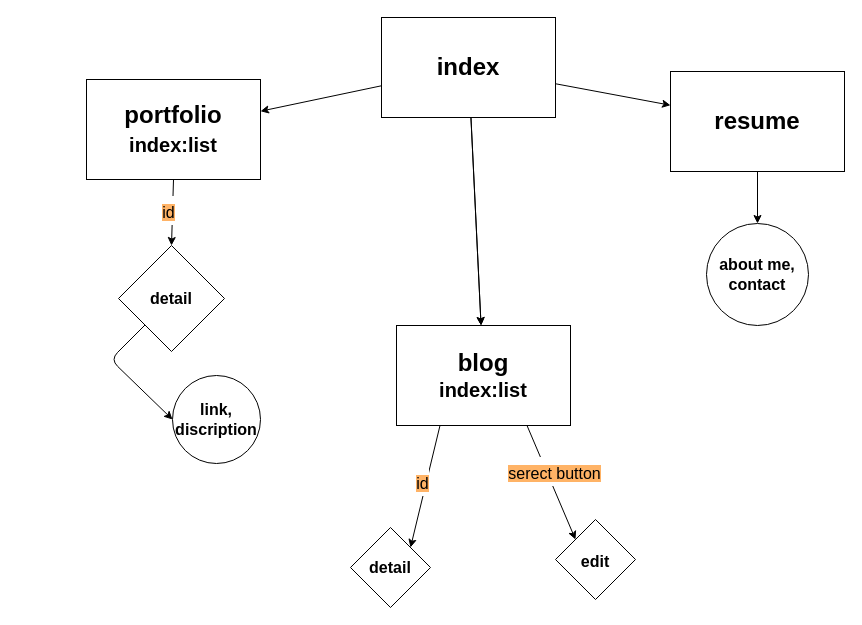
Above: flowchart.drawio in Woof29/myBlog (draw.io), before the change. Source tidied: cells renumbered, new cells numbered last; positions are measured from the earlier drawing's top-left corner, leaving out a move shared by most shapes. Both pictures are drawn from the tidied source at 100%, with x=0, y=0 at pixel (86, 17).
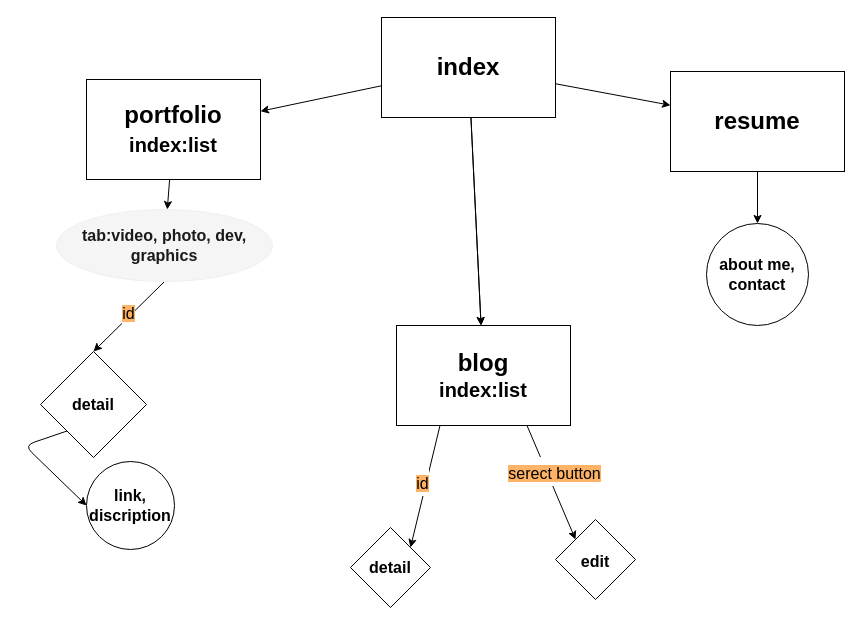
Above is the later version.

Unchanged cells that the change refers to:
```xml
<mxCell id="7" value="&lt;font style=&quot;font-size: 24px;&quot; color=&quot;#000000&quot;&gt;portfolio&lt;br&gt;&lt;/font&gt;&lt;span style=&quot;color: rgb(0, 0, 0); font-size: 20px;&quot;&gt;index:list&lt;/span&gt;&lt;font style=&quot;font-size: 24px;&quot; color=&quot;#000000&quot;&gt;&lt;br&gt;&lt;/font&gt;" style="whiteSpace=wrap;html=1;fillColor=#FFFFFF;fontStyle=1;" parent="1" vertex="1">
  <mxGeometry y="62" width="174" height="100" as="geometry" />
</mxCell>
```

What changed in the source:
```diff
@@
+    <mxCell id="20" style="edgeStyle=none;html=1;fontSize=16;fontColor=#1A1A1A;" parent="1" edge="1" source="7" target="21">
+      <mxGeometry relative="1" as="geometry" />
+    </mxCell>
@@
-    <mxCell id="8" value="&lt;font style=&quot;background-color: rgb(255, 179, 102); font-size: 16px;&quot;&gt;id&lt;/font&gt;" style="edgeStyle=none;html=1;fontSize=24;fontColor=#000000;exitX=0.5;exitY=1;exitDx=0;exitDy=0;entryX=0.5;entryY=0;entryDx=0;entryDy=0;" parent="1" edge="1" source="7" target="17">
+    <mxCell id="8" value="&lt;font style=&quot;background-color: rgb(255, 179, 102); font-size: 16px;&quot;&gt;id&lt;/font&gt;" style="edgeStyle=none;html=1;fontSize=24;fontColor=#000000;exitX=0.5;exitY=1;exitDx=0;exitDy=0;entryX=0.5;entryY=0;entryDx=0;entryDy=0;" parent="1" edge="1" source="21" target="17">
       <mxGeometry x="-0.06" y="-4" relative="1" as="geometry" />
     </mxCell>
@@
     <mxCell id="16" style="edgeStyle=none;html=1;exitX=0;exitY=1;exitDx=0;exitDy=0;entryX=0;entryY=0.5;entryDx=0;entryDy=0;labelBackgroundColor=#FFB366;fontSize=16;fontColor=#000000;" parent="1" edge="1" source="17" target="19">
       <mxGeometry relative="1" as="geometry">
         <Array as="points">
-          <mxPoint x="24" y="342" />
+          <mxPoint x="-62" y="428" />
         </Array>
       </mxGeometry>
     </mxCell>
     <mxCell id="17" value="&lt;font color=&quot;#000000&quot;&gt;&lt;span style=&quot;font-size: 16px;&quot;&gt;detail&lt;/span&gt;&lt;/font&gt;" style="rhombus;whiteSpace=wrap;html=1;fillColor=#FFFFFF;fontStyle=1;" parent="1" vertex="1">
-      <mxGeometry x="32" y="228" width="106" height="106" as="geometry" />
+      <mxGeometry x="-46" y="334" width="106" height="106" as="geometry" />
     </mxCell>
@@
     <mxCell id="19" value="&lt;font style=&quot;font-size: 16px;&quot; color=&quot;#000000&quot;&gt;link,&lt;br&gt;discription&lt;br&gt;&lt;/font&gt;" style="ellipse;whiteSpace=wrap;html=1;fillColor=#FFFFFF;fontStyle=1;" parent="1" vertex="1">
-      <mxGeometry x="86" y="358" width="88" height="88" as="geometry" />
+      <mxGeometry y="444" width="88" height="88" as="geometry" />
     </mxCell>
+    <mxCell id="21" value="&lt;font style=&quot;font-size: 16px;&quot; color=&quot;#1a1a1a&quot;&gt;&lt;b&gt;tab:video, photo, dev, graphics&lt;/b&gt;&lt;/font&gt;" style="ellipse;whiteSpace=wrap;html=1;strokeColor=#F0F0F0;fillColor=#f5f5f5;fontColor=#333333;" parent="1" vertex="1">
+      <mxGeometry x="-30" y="192" width="216" height="72" as="geometry" />
+    </mxCell>
```
